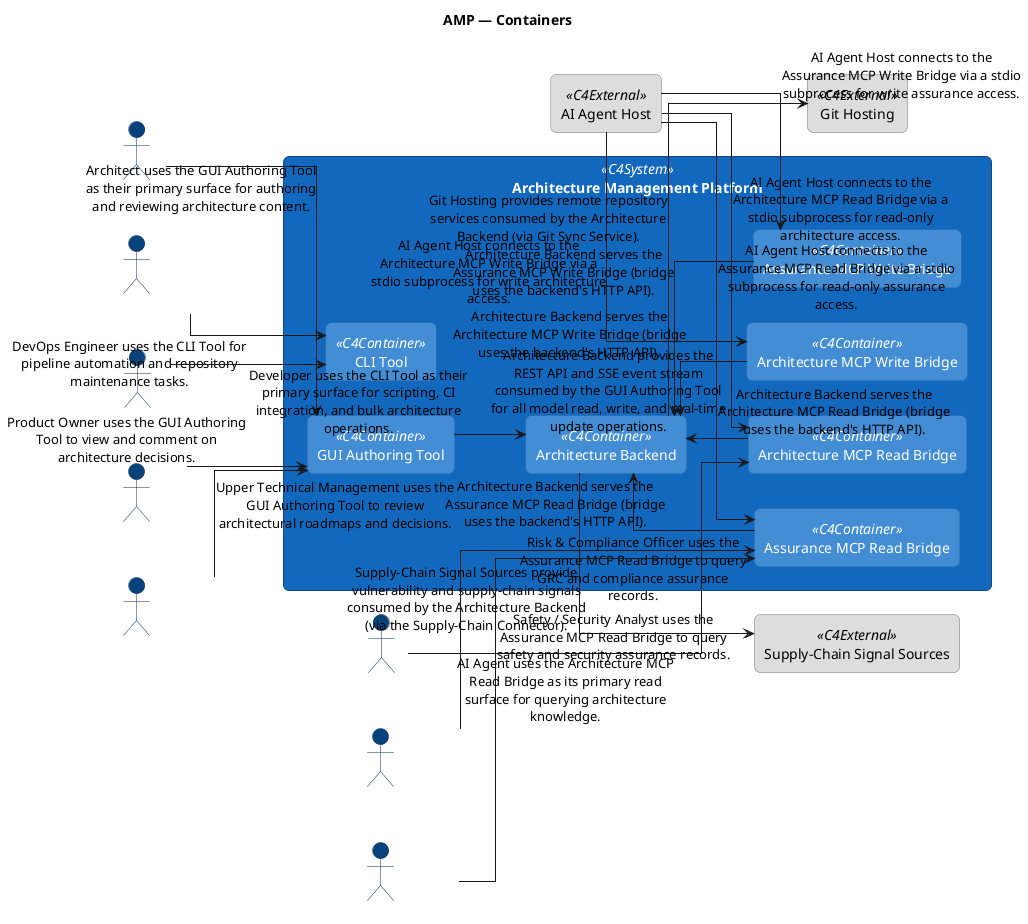
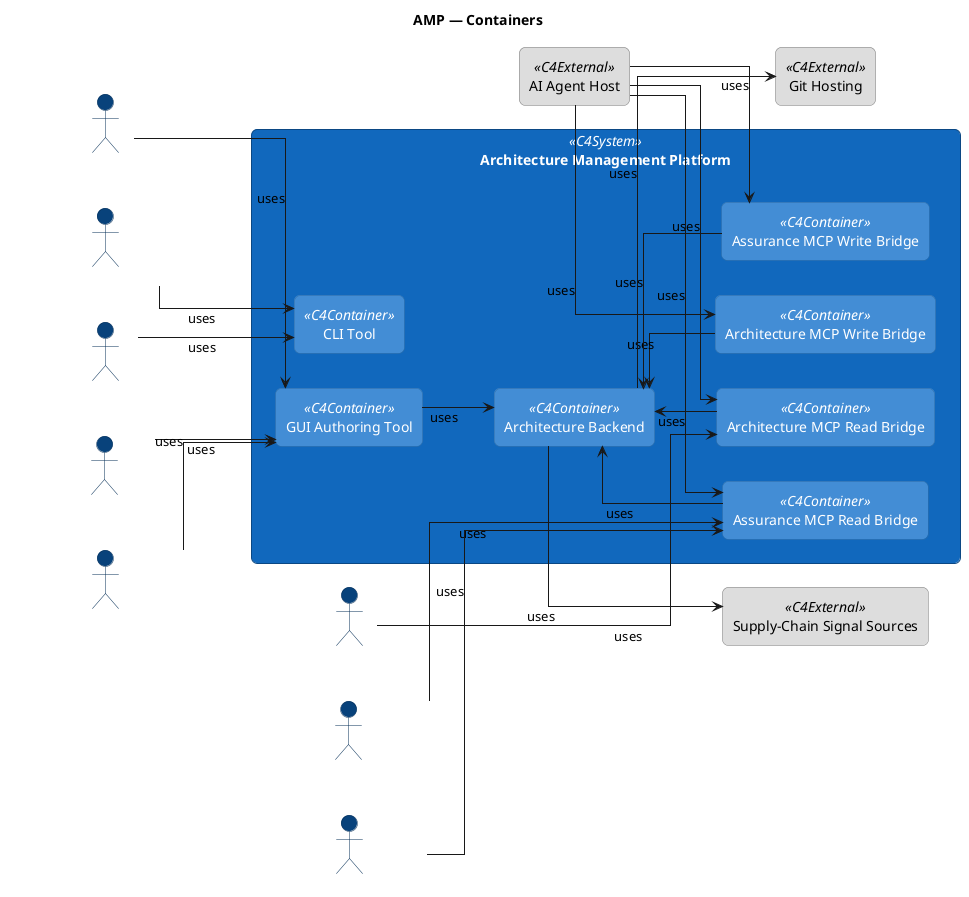
---
artifact-id: CC@1780829785.Z_fI-N.amp-containers
artifact-type: diagram
name: "AMP \u2014 Containers"
version: 0.1.0
status: draft
keywords:
- c4
- container
- amp
diagram-type: c4-container
entity-ids-used:
- ACT@1712870400.Nn7Oo7.architect
- ACT@1712870400.OLWiNc.devops-engineer
- ACT@1712870400.Pp8Qq8.developer
- ACT@1712870400.Rr9Ss9.product-owner
- ACT@1712870400.Ut1Vv1.upper-technical-management
- APP@1712870400.kjC6ex.cli-tool
- APP@1776149382.lmO0mp.gui-authoring-tool
- APP@1777293133.OYEmP1.architecture-backend
- APP@1780783671.hkrdtm.architecture-management-platform
- APP@1780783708.Ne0utf.architecture-mcp-read-bridge
- APP@1780783709.etTj9M.architecture-mcp-write-bridge
- APP@1780783710.iu_kKL.assurance-mcp-read-bridge
- APP@1780783711.js9xHR.assurance-mcp-write-bridge
- APP@1780783991.v6AXNw.ai-agent-host
- APP@1780783992.Je9pmw.git-hosting
- APP@1780783993.JqIBPJ.supply-chain-signal-sources
- ROL@1776633082.udXPfB.ai-agent
- ROL@1780656241.abNYhO.risk-compliance-officer
- ROL@1780656241.yswDMB.safety-security-analyst
connection-ids-used:
- ACT@1712870400.Nn7Oo7.architect---APP@1776149382.lmO0mp.gui-authoring-tool@@archimate-association
- ACT@1712870400.OLWiNc.devops-engineer---APP@1712870400.kjC6ex.cli-tool@@archimate-association
- ACT@1712870400.Pp8Qq8.developer---APP@1712870400.kjC6ex.cli-tool@@archimate-association
- ACT@1712870400.Rr9Ss9.product-owner---APP@1776149382.lmO0mp.gui-authoring-tool@@archimate-association
- ACT@1712870400.Ut1Vv1.upper-technical-management---APP@1776149382.lmO0mp.gui-authoring-tool@@archimate-association
- APP@1777293133.OYEmP1.architecture-backend---APP@1776149382.lmO0mp.gui-authoring-tool@@archimate-serving
- APP@1777293133.OYEmP1.architecture-backend---APP@1780783708.Ne0utf.architecture-mcp-read-bridge@@archimate-serving
- APP@1777293133.OYEmP1.architecture-backend---APP@1780783709.etTj9M.architecture-mcp-write-bridge@@archimate-serving
- APP@1777293133.OYEmP1.architecture-backend---APP@1780783710.iu_kKL.assurance-mcp-read-bridge@@archimate-serving
- APP@1777293133.OYEmP1.architecture-backend---APP@1780783711.js9xHR.assurance-mcp-write-bridge@@archimate-serving
- APP@1780783991.v6AXNw.ai-agent-host---APP@1780783708.Ne0utf.architecture-mcp-read-bridge@@archimate-association
- APP@1780783991.v6AXNw.ai-agent-host---APP@1780783709.etTj9M.architecture-mcp-write-bridge@@archimate-association
- APP@1780783991.v6AXNw.ai-agent-host---APP@1780783710.iu_kKL.assurance-mcp-read-bridge@@archimate-association
- APP@1780783991.v6AXNw.ai-agent-host---APP@1780783711.js9xHR.assurance-mcp-write-bridge@@archimate-association
- APP@1780783992.Je9pmw.git-hosting---APP@1777293133.OYEmP1.architecture-backend@@archimate-serving
- APP@1780783992.Je9pmw.git-hosting---APP@1777293134.tY3JIK.git-sync-service@@archimate-serving
- APP@1780783993.JqIBPJ.supply-chain-signal-sources---APP@1777293133.OYEmP1.architecture-backend@@archimate-serving
- ROL@1776633082.udXPfB.ai-agent---APP@1780783708.Ne0utf.architecture-mcp-read-bridge@@archimate-association
- ROL@1780656241.abNYhO.risk-compliance-officer---APP@1780783710.iu_kKL.assurance-mcp-read-bridge@@archimate-association
- ROL@1780656241.yswDMB.safety-security-analyst---APP@1780783710.iu_kKL.assurance-mcp-read-bridge@@archimate-association
diagram-entities: {}
bindings:
- id: bind-scope
  subject:
    kind: diagram
  correspondence_kind: scoped-by
  target:
    entity_id: APP@1780783671.hkrdtm.architecture-management-platform
last-updated: '2026-06-07'
---
@startuml amp---containers
left to right direction
skinparam shadowing false
skinparam linetype ortho
skinparam defaultTextAlignment center
skinparam wrapWidth 240
skinparam maxMessageSize 240
skinparam rectangle {
  RoundCorner 12
  Padding 10
}
skinparam actor {
  BackgroundColor #08427b
  BorderColor #052e56
  FontColor white
}
skinparam rectangle<<C4System>> {
  BackgroundColor #1168bd
  BorderColor #0b4884
  FontColor white
}
skinparam rectangle<<C4Container>> {
  BackgroundColor #438dd5
  BorderColor #2f6da6
  FontColor white
}
skinparam rectangle<<C4Component>> {
  BackgroundColor #85bbf0
  BorderColor #5e98c8
  FontColor black
}
skinparam rectangle<<C4External>> {
  BackgroundColor #dddddd
  BorderColor #777777
  FontColor black
}

title AMP — Containers

rectangle "Architecture Management Platform" <<C4System>> as APP_hkrdtm {
  rectangle "CLI Tool" <<C4Container>> as APP_kjC6ex
  rectangle "GUI Authoring Tool" <<C4Container>> as APP_lmO0mp
  rectangle "Architecture Backend" <<C4Container>> as APP_OYEmP1
  rectangle "Architecture MCP Read Bridge" <<C4Container>> as APP_Ne0utf
  rectangle "Architecture MCP Write Bridge" <<C4Container>> as APP_etTj9M
  rectangle "Assurance MCP Read Bridge" <<C4Container>> as APP_iu_kKL
  rectangle "Assurance MCP Write Bridge" <<C4Container>> as APP_js9xHR
  APP_kjC6ex -[hidden]right- APP_lmO0mp
  APP_lmO0mp -[hidden]right- APP_OYEmP1
  APP_OYEmP1 -[hidden]right- APP_Ne0utf
  APP_Ne0utf -[hidden]right- APP_etTj9M
  APP_etTj9M -[hidden]right- APP_iu_kKL
  APP_iu_kKL -[hidden]right- APP_js9xHR

}

actor "Architect" as ACT_Nn7Oo7
actor "DevOps Engineer" as ACT_OLWiNc
actor "Developer" as ACT_Pp8Qq8
actor "Product Owner" as ACT_Rr9Ss9
actor "Upper Technical Management" as ACT_Ut1Vv1
rectangle "AI Agent Host" <<C4External>> as APP_v6AXNw
rectangle "Git Hosting" <<C4External>> as APP_Je9pmw
rectangle "Supply-Chain Signal Sources" <<C4External>> as APP_JqIBPJ
actor "AI Agent" as ROL_udXPfB
actor "Risk & Compliance Officer" as ROL_abNYhO
actor "Safety / Security Analyst" as ROL_yswDMB

ACT_Nn7Oo7 -[hidden]right- ACT_OLWiNc
ACT_OLWiNc -[hidden]right- ACT_Pp8Qq8
ACT_Pp8Qq8 -[hidden]right- ACT_Rr9Ss9
ACT_Rr9Ss9 -[hidden]right- ACT_Ut1Vv1
ACT_Ut1Vv1 -[hidden]right- ROL_udXPfB
ROL_udXPfB -[hidden]right- ROL_abNYhO
ROL_abNYhO -[hidden]right- ROL_yswDMB
ROL_yswDMB -[hidden]right- APP_hkrdtm
APP_hkrdtm -[hidden]right- APP_v6AXNw
APP_v6AXNw -[hidden]right- APP_Je9pmw
APP_Je9pmw -[hidden]right- APP_JqIBPJ


- ACT_Nn7Oo7 --> APP_lmO0mp : Architect uses the GUI Authoring Tool as their primary surface for authoring and reviewing architecture content.
- ACT_OLWiNc --> APP_kjC6ex : DevOps Engineer uses the CLI Tool for pipeline automation and repository maintenance tasks.
- ACT_Pp8Qq8 --> APP_kjC6ex : Developer uses the CLI Tool as their primary surface for scripting, CI integration, and bulk architecture operations.
- ACT_Rr9Ss9 --> APP_lmO0mp : Product Owner uses the GUI Authoring Tool to view and comment on architecture decisions.
- ACT_Ut1Vv1 --> APP_lmO0mp : Upper Technical Management uses the GUI Authoring Tool to review architectural roadmaps and decisions.
- APP_lmO0mp --> APP_OYEmP1 : Architecture Backend provides the REST API and SSE event stream consumed by the GUI Authoring Tool for all model read, write, and real-time update operations.
- APP_Ne0utf --> APP_OYEmP1 : Architecture Backend serves the Architecture MCP Read Bridge (bridge uses the backend's HTTP API).
- APP_etTj9M --> APP_OYEmP1 : Architecture Backend serves the Architecture MCP Write Bridge (bridge uses the backend's HTTP API).
- APP_iu_kKL --> APP_OYEmP1 : Architecture Backend serves the Assurance MCP Read Bridge (bridge uses the backend's HTTP API).
- APP_js9xHR --> APP_OYEmP1 : Architecture Backend serves the Assurance MCP Write Bridge (bridge uses the backend's HTTP API).
- APP_v6AXNw --> APP_Ne0utf : AI Agent Host connects to the Architecture MCP Read Bridge via a stdio subprocess for read-only architecture access.
- APP_v6AXNw --> APP_etTj9M : AI Agent Host connects to the Architecture MCP Write Bridge via a stdio subprocess for write architecture access.
- APP_v6AXNw --> APP_iu_kKL : AI Agent Host connects to the Assurance MCP Read Bridge via a stdio subprocess for read-only assurance access.
- APP_v6AXNw --> APP_js9xHR : AI Agent Host connects to the Assurance MCP Write Bridge via a stdio subprocess for write assurance access.
- APP_OYEmP1 --> APP_Je9pmw : Git Hosting provides remote repository services consumed by the Architecture Backend (via Git Sync Service).
- APP_OYEmP1 --> APP_JqIBPJ : Supply-Chain Signal Sources provide vulnerability and supply-chain signals consumed by the Architecture Backend (via the Supply-Chain Connector).
- ROL_udXPfB --> APP_Ne0utf : AI Agent uses the Architecture MCP Read Bridge as its primary read surface for querying architecture knowledge.
- ROL_abNYhO --> APP_iu_kKL : Risk & Compliance Officer uses the Assurance MCP Read Bridge to query GRC and compliance assurance records.
- ROL_yswDMB --> APP_iu_kKL : Safety / Security Analyst uses the Assurance MCP Read Bridge to query safety and security assurance records.
+ ACT_Nn7Oo7 --> APP_lmO0mp : uses
+ ACT_OLWiNc --> APP_kjC6ex : uses
+ ACT_Pp8Qq8 --> APP_kjC6ex : uses
+ ACT_Rr9Ss9 --> APP_lmO0mp : uses
+ ACT_Ut1Vv1 --> APP_lmO0mp : uses
+ APP_lmO0mp --> APP_OYEmP1 : uses
+ APP_Ne0utf --> APP_OYEmP1 : uses
+ APP_etTj9M --> APP_OYEmP1 : uses
+ APP_iu_kKL --> APP_OYEmP1 : uses
+ APP_js9xHR --> APP_OYEmP1 : uses
+ APP_v6AXNw --> APP_Ne0utf : uses
+ APP_v6AXNw --> APP_etTj9M : uses
+ APP_v6AXNw --> APP_iu_kKL : uses
+ APP_v6AXNw --> APP_js9xHR : uses
+ APP_OYEmP1 --> APP_Je9pmw : uses
+ APP_OYEmP1 --> APP_JqIBPJ : uses
+ ROL_udXPfB --> APP_Ne0utf : uses
+ ROL_abNYhO --> APP_iu_kKL : uses
+ ROL_yswDMB --> APP_iu_kKL : uses
@enduml
